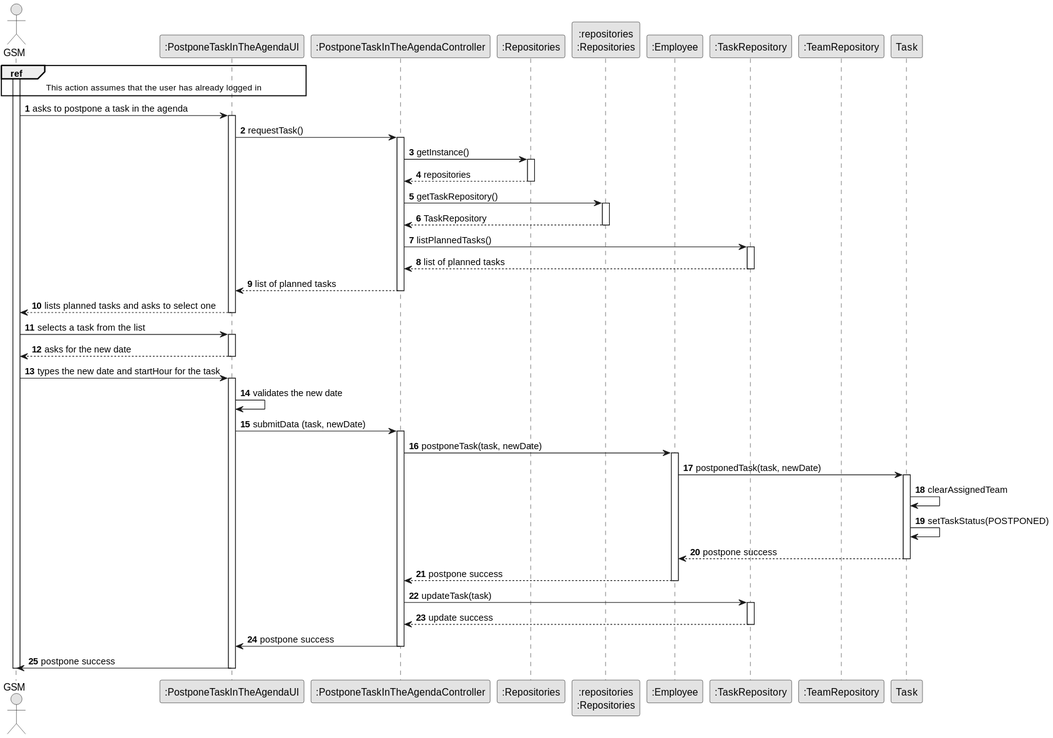
LopemigueISEP/lei-24-s2-1nb-g312 keeps this PlantUML diagram as docs/sprintC/US024/03.design/svg/us024-sequence-diagram-full.svg. Above is the earlier version. The source it was exported from:
```plantuml
@startuml
skinparam monochrome true
skinparam packageStyle rectangle
skinparam shadowing false

autonumber

actor "GSM"
participant ":PostponeTaskInTheAgendaUI" as UI
participant ":PostponeTaskInTheAgendaController" as Controller
participant ":Repositories" as Repositories
participant ":repositories\n:Repositories"
participant ":Employee" as Employee
participant ":TaskRepository" as TaskRepository
participant ":TeamRepository" as TeamRepository

activate GSM
ref over GSM, UI : This action assumes that the user has already logged in

GSM -> UI : asks to postpone a task in the agenda
    activate UI
        UI -> "Controller" : requestTask()
            activate "Controller"
            "Controller" -> "Repositories": getInstance()
                        activate "Repositories"
                        "Repositories" --> "Controller": repositories
                        deactivate "Repositories"

            "Controller" -> ":repositories\n:Repositories" : getTaskRepository()
                        activate ":repositories\n:Repositories"
                        ":repositories\n:Repositories" --> "Controller" : TaskRepository
                        deactivate ":repositories\n:Repositories"
            Controller -> TaskRepository : listPlannedTasks()
                        activate TaskRepository
                        TaskRepository --> Controller : list of planned tasks
                        deactivate TaskRepository
            Controller --> UI : list of planned tasks
            deactivate Controller
       UI --> GSM : lists planned tasks and asks to select one
       deactivate UI
GSM -> UI: selects a task from the list
       activate UI
       UI --> GSM : asks for the new date
       deactivate UI
GSM -> UI: types the new date and startHour for the task
       activate UI
       UI -> UI : validates the new date
       UI -> Controller : submitData (task, newDate)
            activate Controller
            Controller -> Employee : postponeTask(task, newDate)
                        activate Employee
                        Employee -> Task: postponedTask(task, newDate)
                                activate Task
                                Task -> Task : clearAssignedTeam
                                Task -> Task : setTaskStatus(POSTPONED)
                                Task --> Employee : postpone success
                                deactivate Task
                        Employee --> Controller : postpone success
                        deactivate Employee
            Controller -> TaskRepository : updateTask(task)
                        activate TaskRepository
                        TaskRepository --> Controller : update success
                        deactivate TaskRepository
            Controller -> UI : postpone success
            deactivate Controller
       UI -> GSM : postpone success
       deactivate UI







deactivate GSM
@enduml
```
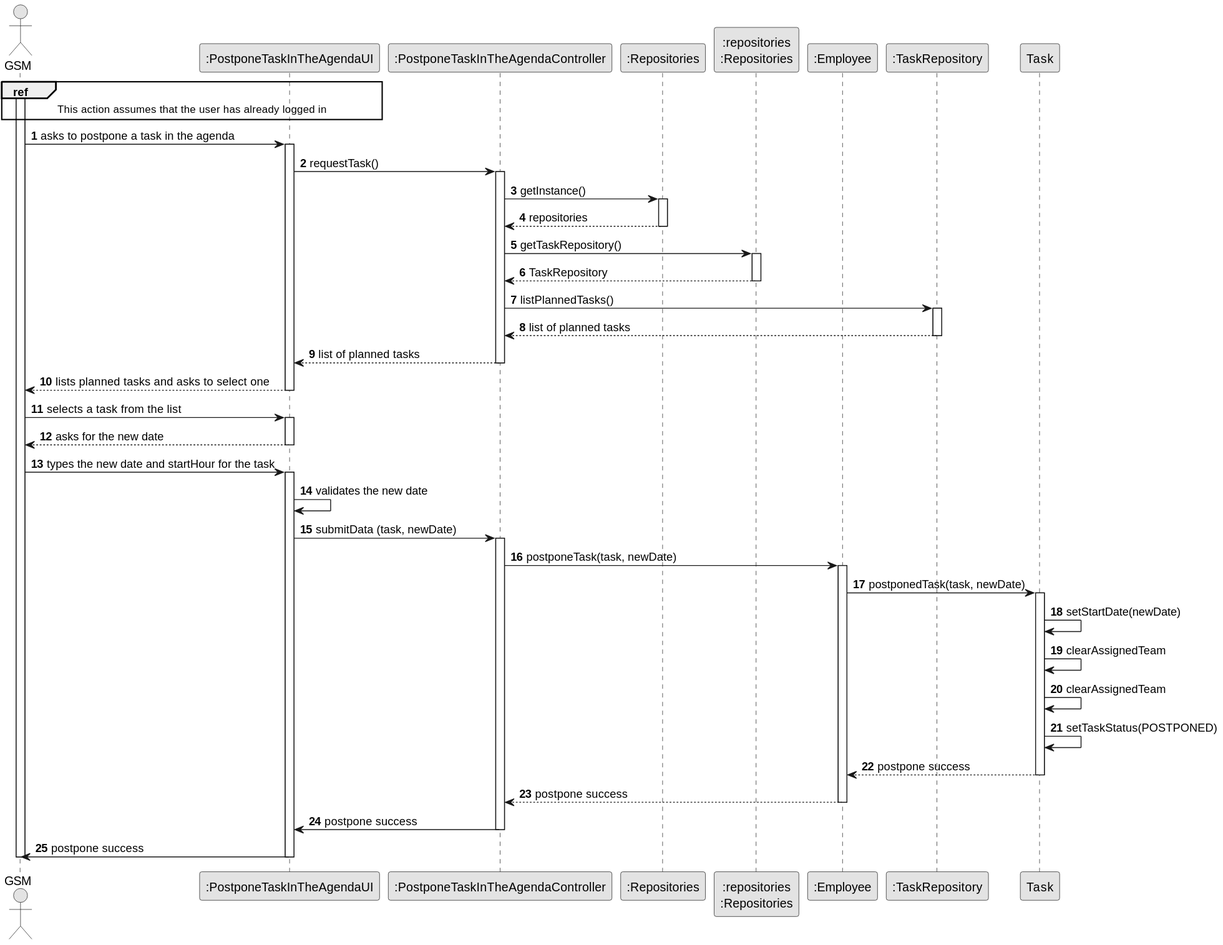
The same diagram one commit later.

The edit, as a diff of the source:
```diff
@@ -12,7 +12,6 @@
 participant ":repositories\n:Repositories"
 participant ":Employee" as Employee
 participant ":TaskRepository" as TaskRepository
-participant ":TeamRepository" as TeamRepository
 
 activate GSM
 ref over GSM, UI : This action assumes that the user has already logged in
@@ -51,16 +50,14 @@
                         activate Employee
                         Employee -> Task: postponedTask(task, newDate)
                                 activate Task
+                                Task -> Task : setStartDate(newDate)
+                                Task -> Task : clearAssignedTeam
                                 Task -> Task : clearAssignedTeam
                                 Task -> Task : setTaskStatus(POSTPONED)
                                 Task --> Employee : postpone success
                                 deactivate Task
                         Employee --> Controller : postpone success
                         deactivate Employee
-            Controller -> TaskRepository : updateTask(task)
-                        activate TaskRepository
-                        TaskRepository --> Controller : update success
-                        deactivate TaskRepository
             Controller -> UI : postpone success
             deactivate Controller
        UI -> GSM : postpone success
```
